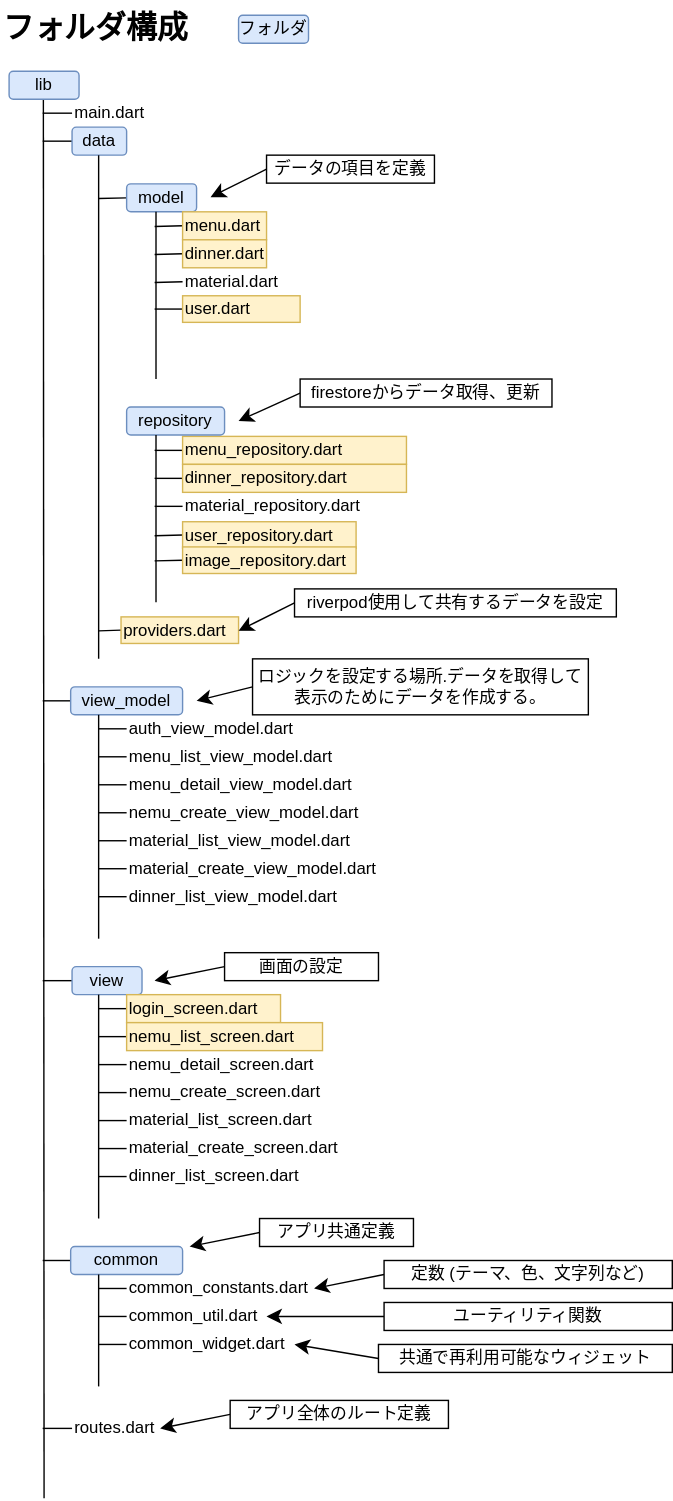
maki1125/menu keeps this draw.io diagram as フォルダ構成.drawio.svg. Above is the earlier version. Source tidied: cells renumbered, new cells last; positions are measured from the earlier drawing's top-left corner, leaving out a move shared by most shapes.
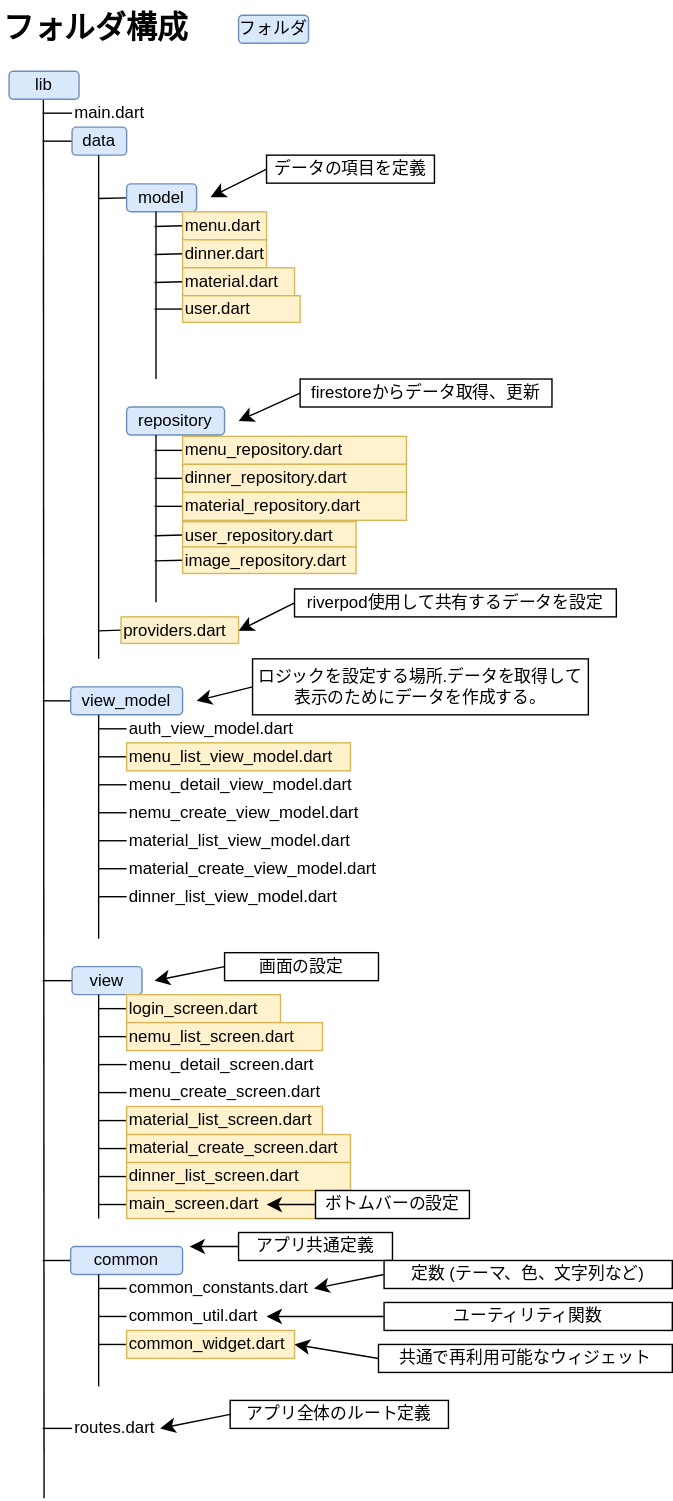
Above is the later version.

Commit message:
フォルダ構成.drawio.svg を更新します

The edit, as a diff of the source:
```diff
@@ -67,7 +67,7 @@
         <mxPoint x="110" y="201" as="targetPoint" />
       </mxGeometry>
     </mxCell>
-    <mxCell id="18" value="material.dart" style="text;html=1;align=left;verticalAlign=middle;whiteSpace=wrap;rounded=0;" parent="1" vertex="1">
+    <mxCell id="18" value="material.dart" style="text;html=1;align=left;verticalAlign=middle;whiteSpace=wrap;rounded=0;fillColor=#fff2cc;strokeColor=#d6b656;" parent="1" vertex="1">
       <mxGeometry x="130" y="190.5" width="80" height="20" as="geometry" />
     </mxCell>
     <mxCell id="19" style="edgeStyle=none;curved=1;rounded=0;jettySize=auto;html=1;exitX=0;exitY=0.5;exitDx=0;exitDy=0;fontSize=12;startSize=8;endSize=8;endArrow=none;endFill=0;" parent="1" edge="1" source="20">
@@ -91,7 +91,7 @@
         <mxPoint x="70" y="760" as="targetPoint" />
       </mxGeometry>
     </mxCell>
-    <mxCell id="24" value="nemu_detail_screen.dart" style="text;html=1;align=left;verticalAlign=middle;whiteSpace=wrap;rounded=0;" parent="1" vertex="1">
+    <mxCell id="24" value="menu_detail_screen.dart" style="text;html=1;align=left;verticalAlign=middle;whiteSpace=wrap;rounded=0;" parent="1" vertex="1">
       <mxGeometry x="90" y="750" width="140" height="20" as="geometry" />
     </mxCell>
     <mxCell id="25" style="edgeStyle=none;curved=1;rounded=0;jettySize=auto;html=1;exitX=0;exitY=0.5;exitDx=0;exitDy=0;fontSize=12;startSize=8;endSize=8;endArrow=none;endFill=0;" parent="1" edge="1" source="26">
@@ -99,7 +99,7 @@
         <mxPoint x="70" y="780" as="targetPoint" />
       </mxGeometry>
     </mxCell>
-    <mxCell id="26" value="nemu_create_screen.dart" style="text;html=1;align=left;verticalAlign=middle;whiteSpace=wrap;rounded=0;" parent="1" vertex="1">
+    <mxCell id="26" value="menu_create_screen.dart" style="text;html=1;align=left;verticalAlign=middle;whiteSpace=wrap;rounded=0;" parent="1" vertex="1">
       <mxGeometry x="90" y="770" width="150" height="20" as="geometry" />
     </mxCell>
     <mxCell id="27" style="edgeStyle=none;curved=1;rounded=0;jettySize=auto;html=1;exitX=0;exitY=0.5;exitDx=0;exitDy=0;fontSize=12;startSize=8;endSize=8;endArrow=none;endFill=0;" parent="1" edge="1" source="28">
@@ -107,7 +107,7 @@
         <mxPoint x="70" y="800" as="targetPoint" />
       </mxGeometry>
     </mxCell>
-    <mxCell id="28" value="material_list_screen.dart" style="text;html=1;align=left;verticalAlign=middle;whiteSpace=wrap;rounded=0;" parent="1" vertex="1">
+    <mxCell id="28" value="material_list_screen.dart" style="text;html=1;align=left;verticalAlign=middle;whiteSpace=wrap;rounded=0;fillColor=#fff2cc;strokeColor=#d6b656;" parent="1" vertex="1">
       <mxGeometry x="90" y="790" width="140" height="20" as="geometry" />
     </mxCell>
     <mxCell id="29" style="edgeStyle=none;curved=1;rounded=0;jettySize=auto;html=1;exitX=0;exitY=0.5;exitDx=0;exitDy=0;fontSize=12;startSize=8;endSize=8;endArrow=none;endFill=0;" parent="1" edge="1" source="30">
@@ -115,7 +115,7 @@
         <mxPoint x="70" y="820" as="targetPoint" />
       </mxGeometry>
     </mxCell>
-    <mxCell id="30" value="material_create_screen.dart" style="text;html=1;align=left;verticalAlign=middle;whiteSpace=wrap;rounded=0;" parent="1" vertex="1">
+    <mxCell id="30" value="material_create_screen.dart" style="text;html=1;align=left;verticalAlign=middle;whiteSpace=wrap;rounded=0;fillColor=#fff2cc;strokeColor=#d6b656;" parent="1" vertex="1">
       <mxGeometry x="90" y="810" width="160" height="20" as="geometry" />
     </mxCell>
     <mxCell id="31" style="edgeStyle=none;curved=1;rounded=0;jettySize=auto;html=1;exitX=0;exitY=0.5;exitDx=0;exitDy=0;fontSize=12;startSize=8;endSize=8;endArrow=none;endFill=0;" parent="1" edge="1" source="32">
@@ -123,7 +123,7 @@
         <mxPoint x="70" y="840" as="targetPoint" />
       </mxGeometry>
     </mxCell>
-    <mxCell id="32" value="dinner_list_screen.dart" style="text;html=1;align=left;verticalAlign=middle;whiteSpace=wrap;rounded=0;" parent="1" vertex="1">
+    <mxCell id="32" value="dinner_list_screen.dart" style="text;html=1;align=left;verticalAlign=middle;whiteSpace=wrap;rounded=0;fillColor=#fff2cc;strokeColor=#d6b656;" parent="1" vertex="1">
       <mxGeometry x="90" y="830" width="160" height="20" as="geometry" />
     </mxCell>
     <mxCell id="33" style="edgeStyle=none;curved=1;rounded=0;jettySize=auto;html=1;exitX=0;exitY=0.5;exitDx=0;exitDy=0;fontSize=12;startSize=8;endSize=8;endArrow=none;endFill=0;" parent="1" edge="1" source="34">
@@ -155,7 +155,7 @@
         <mxPoint x="110" y="361" as="targetPoint" />
       </mxGeometry>
     </mxCell>
-    <mxCell id="40" value="material_repository.dart" style="text;html=1;align=left;verticalAlign=middle;whiteSpace=wrap;rounded=0;" parent="1" vertex="1">
+    <mxCell id="40" value="material_repository.dart" style="text;html=1;align=left;verticalAlign=middle;whiteSpace=wrap;rounded=0;fillColor=#fff2cc;strokeColor=#d6b656;" parent="1" vertex="1">
       <mxGeometry x="130" y="351" width="160" height="20" as="geometry" />
     </mxCell>
     <mxCell id="41" style="edgeStyle=none;curved=1;rounded=0;jettySize=auto;html=1;exitX=0;exitY=0.5;exitDx=0;exitDy=0;fontSize=12;startSize=8;endSize=8;endArrow=none;endFill=0;" parent="1" edge="1" source="42">
@@ -222,7 +222,7 @@
         <mxPoint x="70" y="540" as="targetPoint" />
       </mxGeometry>
     </mxCell>
-    <mxCell id="57" value="menu_list_view_model.dart" style="text;html=1;align=left;verticalAlign=middle;whiteSpace=wrap;rounded=0;" parent="1" vertex="1">
+    <mxCell id="57" value="menu_list_view_model.dart" style="text;html=1;align=left;verticalAlign=middle;whiteSpace=wrap;rounded=0;fillColor=#fff2cc;strokeColor=#d6b656;" parent="1" vertex="1">
       <mxGeometry x="90" y="530" width="160" height="20" as="geometry" />
     </mxCell>
     <mxCell id="58" style="endArrow=none;html=1;rounded=0;" parent="1" edge="1">
@@ -330,8 +330,8 @@
         <mxPoint x="70" y="960" as="targetPoint" />
       </mxGeometry>
     </mxCell>
-    <mxCell id="81" value="common_widget.dart" style="text;html=1;align=left;verticalAlign=middle;whiteSpace=wrap;rounded=0;" parent="1" vertex="1">
-      <mxGeometry x="90" y="950" width="100" height="20" as="geometry" />
+    <mxCell id="81" value="common_widget.dart" style="text;html=1;align=left;verticalAlign=middle;whiteSpace=wrap;rounded=0;fillColor=#fff2cc;strokeColor=#d6b656;" parent="1" vertex="1">
+      <mxGeometry x="90" y="950" width="120" height="20" as="geometry" />
     </mxCell>
     <mxCell id="82" style="edgeStyle=none;curved=1;rounded=0;jettySize=auto;html=1;exitX=0;exitY=0.5;exitDx=0;exitDy=0;fontSize=12;startSize=8;endSize=8;" parent="1" edge="1" source="83">
       <mxGeometry relative="1" as="geometry">
@@ -339,7 +339,7 @@
       </mxGeometry>
     </mxCell>
     <mxCell id="83" value="アプリ共通定義" style="rounded=0;whiteSpace=wrap;html=1;" parent="1" vertex="1">
-      <mxGeometry x="185" y="870" width="110" height="20" as="geometry" />
+      <mxGeometry x="170" y="880" width="110" height="20" as="geometry" />
     </mxCell>
     <mxCell id="84" style="edgeStyle=none;curved=1;rounded=0;jettySize=auto;html=1;exitX=0;exitY=0.5;exitDx=0;exitDy=0;fontSize=12;startSize=8;endSize=8;" parent="1" edge="1" source="85">
       <mxGeometry relative="1" as="geometry">
@@ -406,5 +406,21 @@
     <mxCell id="100" value="image_repository.dart" style="text;html=1;align=left;verticalAlign=middle;whiteSpace=wrap;rounded=0;fillColor=#fff2cc;strokeColor=#d6b656;" parent="1" vertex="1">
       <mxGeometry x="130" y="390" width="124" height="19" as="geometry" />
     </mxCell>
+    <mxCell id="101" style="edgeStyle=none;curved=1;rounded=0;jettySize=auto;html=1;exitX=0;exitY=0.5;exitDx=0;exitDy=0;fontSize=12;startSize=8;endSize=8;endArrow=none;endFill=0;" parent="1" edge="1" source="102">
+      <mxGeometry relative="1" as="geometry">
+        <mxPoint x="70" y="860" as="targetPoint" />
+      </mxGeometry>
+    </mxCell>
+    <mxCell id="102" value="main_screen.dart" style="text;html=1;align=left;verticalAlign=middle;whiteSpace=wrap;rounded=0;fillColor=#fff2cc;strokeColor=#d6b656;" parent="1" vertex="1">
+      <mxGeometry x="90" y="850" width="160" height="20" as="geometry" />
+    </mxCell>
+    <mxCell id="103" style="edgeStyle=none;curved=1;rounded=0;jettySize=auto;html=1;exitX=0;exitY=0.5;exitDx=0;exitDy=0;fontSize=12;startSize=8;endSize=8;" parent="1" edge="1" source="104">
+      <mxGeometry relative="1" as="geometry">
+        <mxPoint x="190" y="860" as="targetPoint" />
+      </mxGeometry>
+    </mxCell>
+    <mxCell id="104" value="ボトムバーの設定" style="rounded=0;whiteSpace=wrap;html=1;" parent="1" vertex="1">
+      <mxGeometry x="225" y="850" width="110" height="20" as="geometry" />
+    </mxCell>
   </root>
 </mxGraphModel>
```
